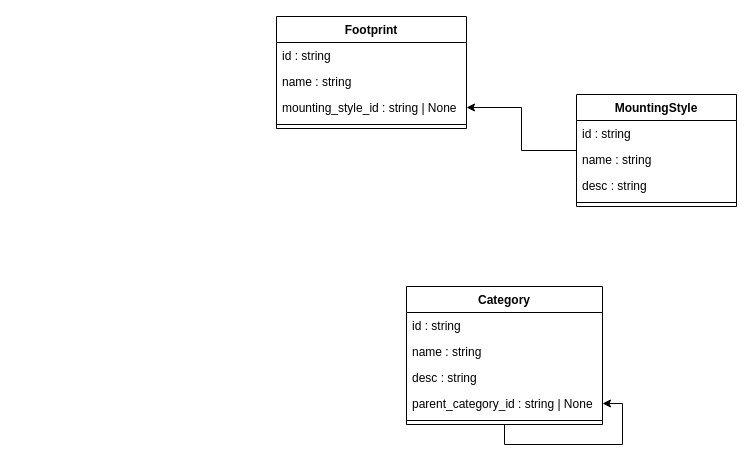
Before: docs/elements-api.drawio in nils-ost/Inventory4Parts, a draw.io diagram. Source tidied: cells renumbered, new cells numbered last; positions are measured from the earlier drawing's top-left corner, leaving out a move shared by most shapes. Both pictures are drawn from the tidied source at 100%, with x=0, y=0 at pixel (276, 16).
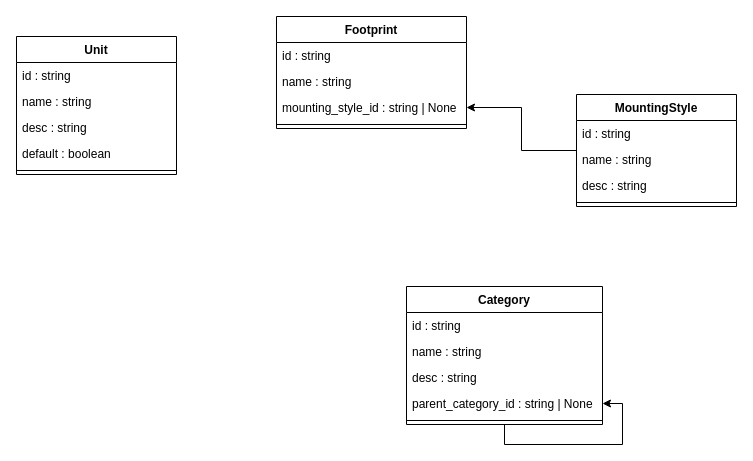
The same diagram, later.

What changed in the source:
```diff
@@
+    <mxCell id="20" value="Unit" style="swimlane;fontStyle=1;align=center;verticalAlign=top;horizontal=1;startSize=26;" parent="1" vertex="1">
+      <mxGeometry x="-260" y="20" width="160" height="138" as="geometry" />
+    </mxCell>
+    <mxCell id="21" value="id : string" style="text;strokeColor=none;fillColor=none;align=left;verticalAlign=top;spacingLeft=4;spacingRight=4;overflow=hidden;" parent="20" vertex="1">
+      <mxGeometry y="26" width="160" height="26" as="geometry" />
+    </mxCell>
+    <mxCell id="22" value="name : string" style="text;strokeColor=none;fillColor=none;align=left;verticalAlign=top;spacingLeft=4;spacingRight=4;overflow=hidden;" parent="20" vertex="1">
+      <mxGeometry y="52" width="160" height="26" as="geometry" />
+    </mxCell>
+    <mxCell id="23" value="desc : string" style="text;strokeColor=none;fillColor=none;align=left;verticalAlign=top;spacingLeft=4;spacingRight=4;overflow=hidden;" parent="20" vertex="1">
+      <mxGeometry y="78" width="160" height="26" as="geometry" />
+    </mxCell>
+    <mxCell id="24" value="default : boolean" style="text;strokeColor=none;fillColor=none;align=left;verticalAlign=top;spacingLeft=4;spacingRight=4;overflow=hidden;" parent="20" vertex="1">
+      <mxGeometry y="104" width="160" height="26" as="geometry" />
+    </mxCell>
+    <mxCell id="25" style="line;strokeWidth=1;fillColor=none;align=left;verticalAlign=middle;spacingTop=-1;spacingLeft=3;spacingRight=3;labelPosition=right;" parent="20" vertex="1">
+      <mxGeometry y="130" width="160" height="8" as="geometry" />
+    </mxCell>
```
